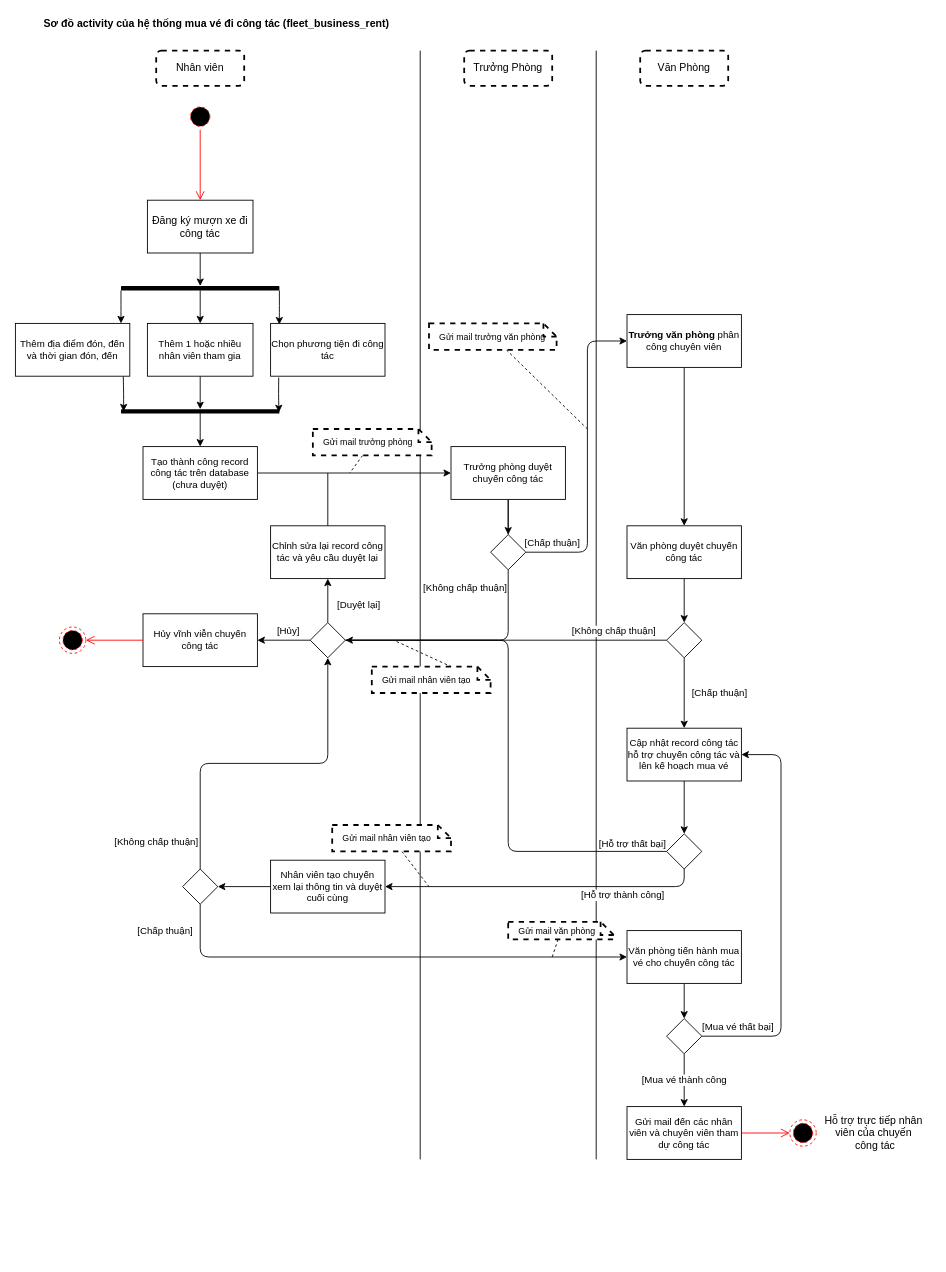
Above: uml-diargrams/uml_activity_fleet_business_rent.drawio in NgoHuuNghia/odoo15-digitalocean (draw.io), before the change. Source tidied: cells renumbered, new cells numbered last; positions are measured from the earlier drawing's top-left corner, leaving out a move shared by most shapes. Both pictures are drawn from the tidied source at 88%, with x=0, y=0 at pixel (15, 15).
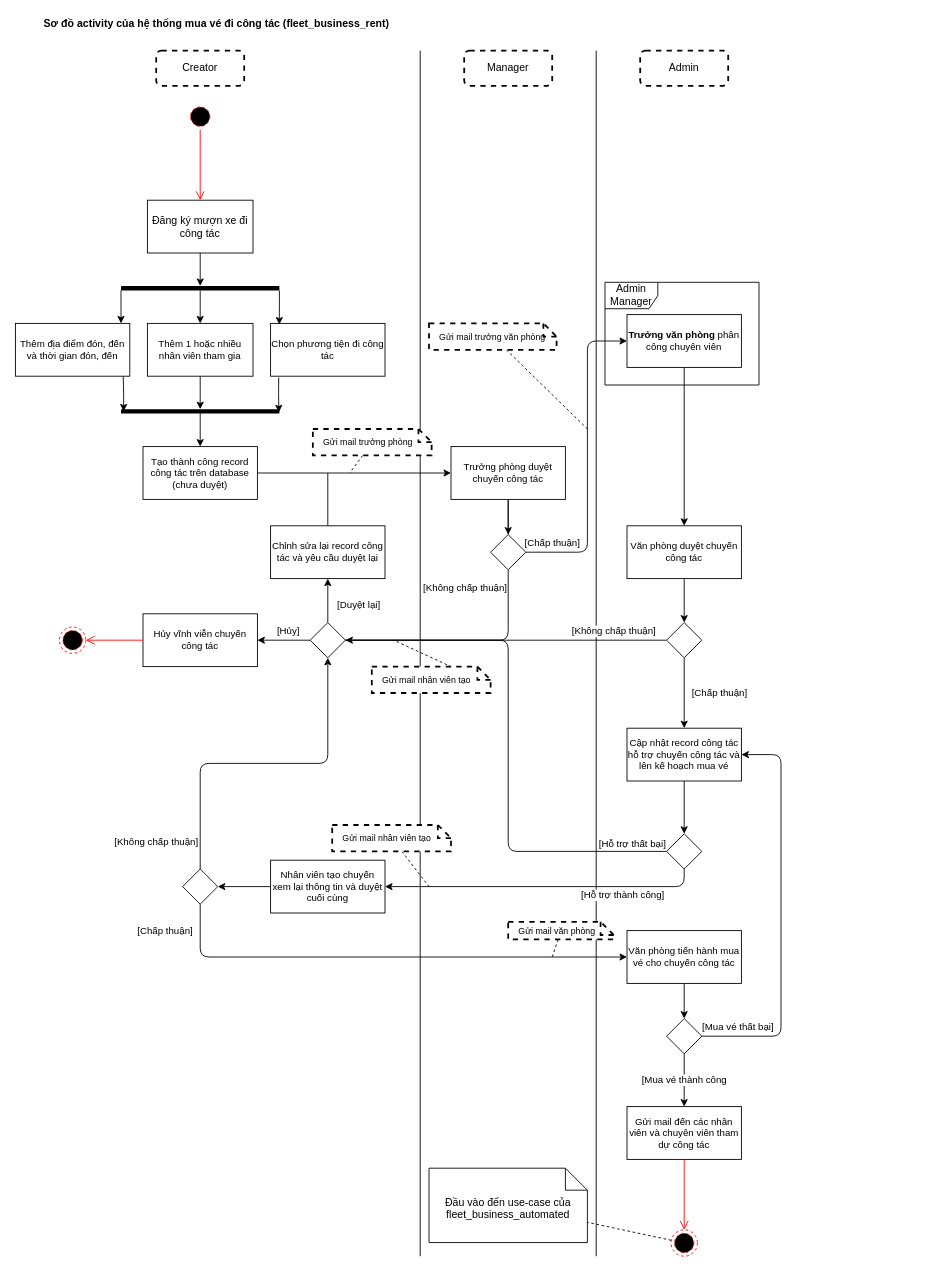
The same diagram, later.

Diff of the diagram source:
```diff
@@
+    <mxCell id="78" value="Admin Manager" style="shape=umlFrame;whiteSpace=wrap;html=1;" parent="1" vertex="1">
+      <mxGeometry x="670" y="303.3" width="175" height="116.7" as="geometry" />
+    </mxCell>
     <mxCell id="2" style="endArrow=none;html=1;" parent="1" edge="1">
       <mxGeometry relative="1" as="geometry">
-        <mxPoint x="660" y="1300" as="sourcePoint" />
+        <mxPoint x="660" y="1410" as="sourcePoint" />
         <mxPoint x="660" y="40" as="targetPoint" />
       </mxGeometry>
     </mxCell>
@@
-    <mxCell id="4" value="Nhân viên" style="rounded=1;whiteSpace=wrap;html=1;strokeWidth=2;dashed=1;" parent="1" vertex="1">
+    <mxCell id="4" value="Creator" style="rounded=1;whiteSpace=wrap;html=1;strokeWidth=2;dashed=1;" parent="1" vertex="1">
       <mxGeometry x="160" y="40" width="100" height="40" as="geometry" />
     </mxCell>
@@
-    <mxCell id="20" value="Trưởng Phòng" style="rounded=1;whiteSpace=wrap;html=1;strokeWidth=2;dashed=1;" parent="1" vertex="1">
+    <mxCell id="20" value="Manager" style="rounded=1;whiteSpace=wrap;html=1;strokeWidth=2;dashed=1;" parent="1" vertex="1">
       <mxGeometry x="510" y="40" width="100" height="40" as="geometry" />
     </mxCell>
-    <mxCell id="21" value="Văn Phòng" style="rounded=1;whiteSpace=wrap;html=1;strokeWidth=2;dashed=1;" parent="1" vertex="1">
+    <mxCell id="21" value="Admin" style="rounded=1;whiteSpace=wrap;html=1;strokeWidth=2;dashed=1;" parent="1" vertex="1">
       <mxGeometry x="710" y="40" width="100" height="40" as="geometry" />
     </mxCell>
     <mxCell id="22" style="endArrow=none;html=1;" parent="1" edge="1">
       <mxGeometry relative="1" as="geometry">
-        <mxPoint x="460" y="1300" as="sourcePoint" />
+        <mxPoint x="460" y="1410" as="sourcePoint" />
         <mxPoint x="460" y="40" as="targetPoint" />
       </mxGeometry>
     </mxCell>
@@
     <mxCell id="53" style="ellipse;html=1;shape=endState;fillColor=#000000;strokeColor=#ff0000;dashed=1;" parent="1" vertex="1">
-      <mxGeometry x="880" y="1255" width="30" height="30" as="geometry" />
+      <mxGeometry x="745" y="1380" width="30" height="30" as="geometry" />
     </mxCell>
-    <mxCell id="54" value="&lt;span&gt;Hỗ trợ trực tiếp nhân&lt;br&gt;viên của chuyến&lt;br&gt;&amp;nbsp;công tác&lt;/span&gt;" style="text;html=1;align=center;verticalAlign=middle;strokeColor=none;fillColor=none;" parent="1" vertex="1">
-      <mxGeometry x="910" y="1245" width="130" height="50" as="geometry" />
-    </mxCell>
@@
+    <mxCell id="79" value="Đầu vào đến use-case của fleet_business_automated" style="shape=note2;boundedLbl=1;whiteSpace=wrap;html=1;size=25;verticalAlign=top;align=center;fontColor=default;strokeColor=default;fillColor=default;" parent="1" vertex="1">
+      <mxGeometry x="470" y="1310" width="180" height="84.5" as="geometry" />
+    </mxCell>
+    <mxCell id="80" style="edgeStyle=none;html=1;fontColor=#FFFFFF;endArrow=none;endFill=0;dashed=1;" parent="1" edge="1" source="53" target="79">
+      <mxGeometry relative="1" as="geometry" />
+    </mxCell>
```
